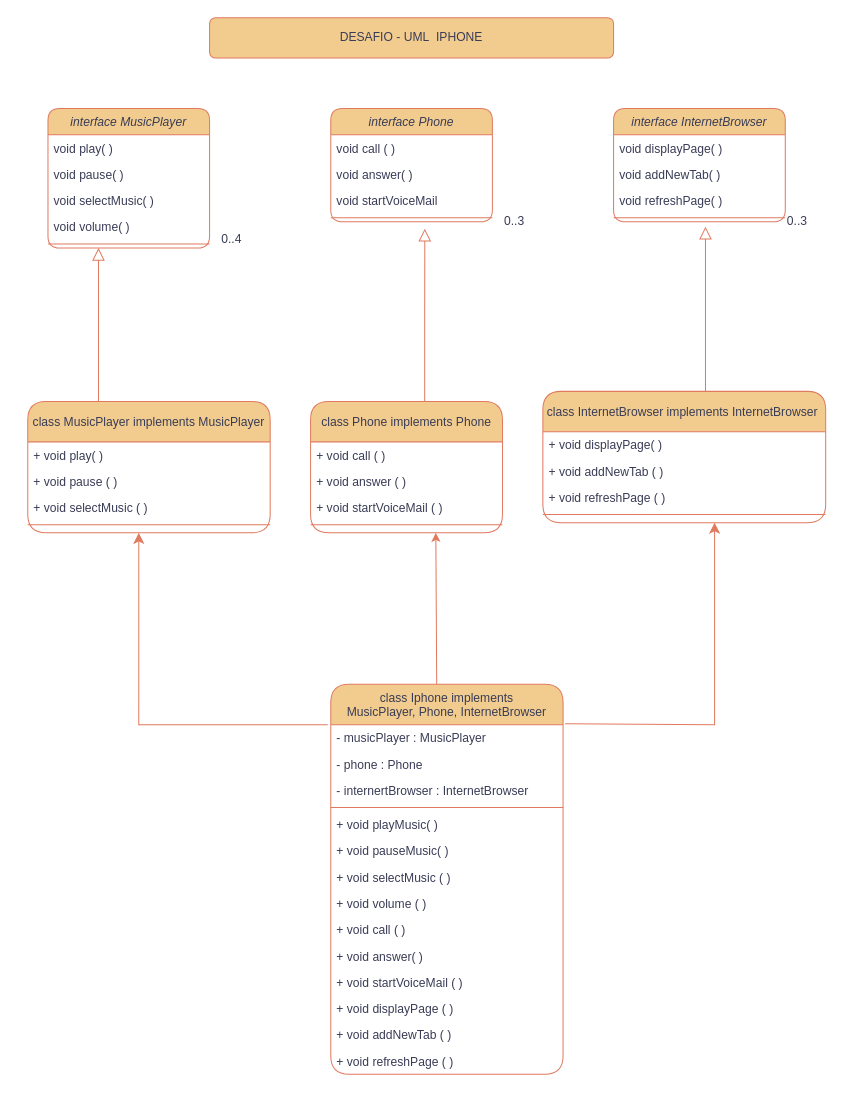
Before: Untitled Diagram.drawio in dalleth-martinss/UML-desafio-iphone-dio.me, a draw.io diagram. Source tidied: cells renumbered, new cells numbered last; positions are measured from the earlier drawing's top-left corner, leaving out a move shared by most shapes. Both pictures are drawn from the tidied source at 101%, with x=0, y=0 at pixel (27, 17).
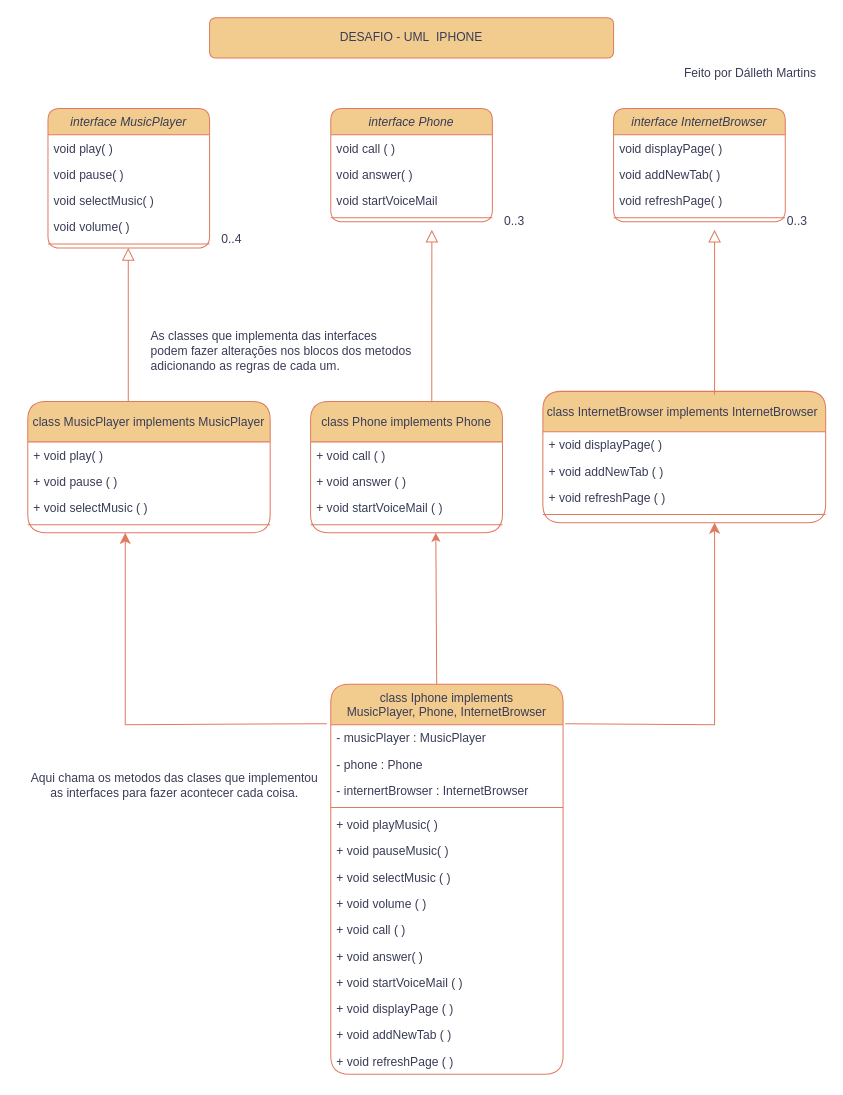
Above is the later version.

Unchanged cells that the change refers to:
```xml
<mxCell id="2" value="interface MusicPlayer" style="swimlane;fontStyle=2;align=center;verticalAlign=top;horizontal=1;startSize=26;rounded=1;shadow=0;strokeWidth=1;labelBackgroundColor=none;fillColor=#F2CC8F;strokeColor=#E07A5F;fontColor=#393C56;" parent="1" vertex="1">
  <mxGeometry x="20" y="90" width="160" height="138" as="geometry" />
</mxCell>
<mxCell id="8" value="class MusicPlayer implements MusicPlayer" style="swimlane;fontStyle=0;align=center;verticalAlign=middle;horizontal=1;startSize=40;rounded=1;shadow=0;strokeWidth=1;labelBackgroundColor=none;fillColor=#F2CC8F;strokeColor=#E07A5F;fontColor=#393C56;" parent="1" vertex="1">
  <mxGeometry y="380" width="240" height="130" as="geometry" />
</mxCell>
<mxCell id="12" style="line;html=1;strokeWidth=1;align=left;verticalAlign=middle;spacingTop=-1;spacingLeft=3;spacingRight=3;labelPosition=right;points=[];portConstraint=eastwest;rounded=1;labelBackgroundColor=none;fillColor=#F2CC8F;strokeColor=#E07A5F;fontColor=#393C56;" parent="8" vertex="1">
  <mxGeometry y="118" width="240" height="8" as="geometry" />
</mxCell>
<mxCell id="15" value="- musicPlayer : MusicPlayer&#10;" style="text;align=left;verticalAlign=top;spacingLeft=4;spacingRight=4;overflow=hidden;points=[[0,0.5],[1,0.5]];portConstraint=eastwest;rounded=1;labelBackgroundColor=none;fontColor=#393C56;" parent="14" vertex="1">
  <mxGeometry y="40" width="230" height="26" as="geometry" />
</mxCell>
```

What changed in the source:
```diff
@@
-    <mxCell id="13" style="endArrow=block;endSize=10;endFill=0;shadow=0;strokeWidth=1;rounded=1;edgeStyle=elbowEdgeStyle;elbow=vertical;labelBackgroundColor=none;strokeColor=#E07A5F;fontColor=default;" parent="1" edge="1" source="8" target="2">
+    <mxCell id="13" style="endArrow=block;endSize=10;endFill=0;shadow=0;strokeWidth=1;rounded=1;edgeStyle=elbowEdgeStyle;elbow=vertical;labelBackgroundColor=none;strokeColor=#E07A5F;fontColor=default;" parent="1" edge="1">
       <mxGeometry relative="1" as="geometry">
+        <mxPoint x="99.5" y="380" as="sourcePoint" />
+        <mxPoint x="99.5" y="228" as="targetPoint" />
         <Array as="points">
-          <mxPoint x="70" y="300" />
-          <mxPoint x="50" y="310" />
-          <mxPoint x="110" y="350" />
+          <mxPoint x="99.5" y="300" />
+          <mxPoint x="79.5" y="310" />
+          <mxPoint x="139.5" y="350" />
         </Array>
       </mxGeometry>
     </mxCell>
@@
     <mxCell id="53" style="endArrow=block;endSize=10;endFill=0;shadow=0;strokeWidth=1;rounded=1;edgeStyle=elbowEdgeStyle;elbow=vertical;entryX=0.563;entryY=0.875;entryDx=0;entryDy=0;entryPerimeter=0;labelBackgroundColor=none;strokeColor=#E07A5F;fontColor=default;" parent="1" edge="1">
       <mxGeometry relative="1" as="geometry">
-        <mxPoint x="393" y="380" as="sourcePoint" />
-        <mxPoint x="393.1" y="209" as="targetPoint" />
+        <mxPoint x="400" y="381" as="sourcePoint" />
+        <mxPoint x="400.1" y="210" as="targetPoint" />
         <Array as="points">
-          <mxPoint x="393" y="300" />
-          <mxPoint x="373" y="310" />
-          <mxPoint x="433" y="350" />
+          <mxPoint x="400" y="301" />
+          <mxPoint x="380" y="311" />
+          <mxPoint x="440" y="351" />
         </Array>
       </mxGeometry>
     </mxCell>
     <mxCell id="54" style="endArrow=block;endSize=10;endFill=0;shadow=0;strokeWidth=1;rounded=1;edgeStyle=elbowEdgeStyle;elbow=vertical;entryX=0.569;entryY=0.375;entryDx=0;entryDy=0;entryPerimeter=0;labelBackgroundColor=none;strokeColor=#E07A5F;fontColor=default;" parent="1" edge="1">
       <mxGeometry relative="1" as="geometry">
-        <mxPoint x="671" y="370" as="sourcePoint" />
-        <mxPoint x="671" y="207" as="targetPoint" />
+        <mxPoint x="680" y="373" as="sourcePoint" />
+        <mxPoint x="680" y="210" as="targetPoint" />
         <Array as="points">
-          <mxPoint x="680" y="312" />
-          <mxPoint x="650" y="302" />
-          <mxPoint x="710" y="342" />
+          <mxPoint x="689" y="315" />
+          <mxPoint x="659" y="305" />
+          <mxPoint x="719" y="345" />
         </Array>
       </mxGeometry>
     </mxCell>
@@
-    <mxCell id="56" style="edgeStyle=segmentEdgeStyle;endArrow=classic;html=1;curved=0;rounded=0;endSize=8;startSize=8;sourcePerimeterSpacing=0;targetPerimeterSpacing=0;labelBackgroundColor=none;strokeColor=#E07A5F;fontColor=default;exitX=-0.013;exitY=0;exitDx=0;exitDy=0;exitPerimeter=0;entryX=0.458;entryY=1.5;entryDx=0;entryDy=0;entryPerimeter=0;" parent="1" edge="1" source="15" target="12">
+    <mxCell id="56" style="edgeStyle=segmentEdgeStyle;endArrow=classic;html=1;curved=0;rounded=0;endSize=8;startSize=8;sourcePerimeterSpacing=0;targetPerimeterSpacing=0;labelBackgroundColor=none;strokeColor=#E07A5F;fontColor=default;exitX=-0.017;exitY=-0.038;exitDx=0;exitDy=0;exitPerimeter=0;entryX=0.458;entryY=1.5;entryDx=0;entryDy=0;entryPerimeter=0;" parent="1" edge="1" source="15">
       <mxGeometry relative="1" as="geometry">
+        <mxPoint x="96.5" y="510" as="targetPoint" />
         <Array as="points">
-          <mxPoint x="110" y="700" />
+          <mxPoint x="97" y="700" />
         </Array>
       </mxGeometry>
     </mxCell>
@@
+    <mxCell id="58" value="Feito por Dálleth Martins" style="text;html=1;align=center;verticalAlign=middle;strokeColor=none;fillColor=none;fontColor=#393C56;" parent="1" vertex="1">
+      <mxGeometry x="640" y="40" width="150" height="30" as="geometry" />
+    </mxCell>
+    <mxCell id="59" value="Aqui chama os metodos das clases que implementou &lt;br&gt;as interfaces para fazer acontecer cada coisa." style="text;html=1;align=center;verticalAlign=middle;strokeColor=none;fillColor=none;fontColor=#393C56;" parent="1" vertex="1">
+      <mxGeometry x="-10" y="740" width="310" height="40" as="geometry" />
+    </mxCell>
+    <mxCell id="60" value="As classes que implementa das interfaces&lt;br&gt;podem fazer alterações nos blocos dos metodos &lt;br&gt;adicionando&amp;nbsp;as regras de cada um.&amp;nbsp;" style="text;html=1;align=left;verticalAlign=middle;strokeColor=none;fillColor=none;fontColor=#393C56;" parent="1" vertex="1">
+      <mxGeometry x="120" y="300" width="280" height="60" as="geometry" />
+    </mxCell>
```
